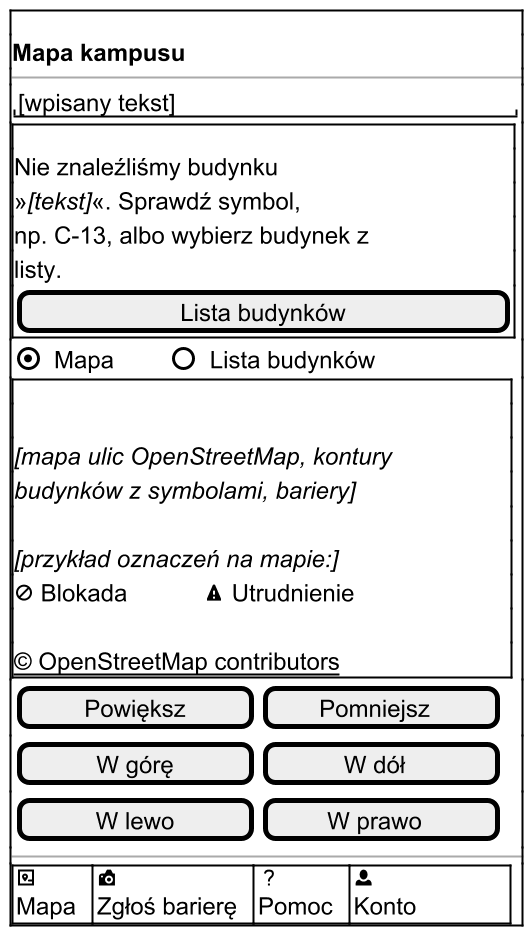
The PlantUML diagram docs/docs/_generated/m-v1-mapa-pusty.png in dostepny-kampus/dostepny-kampus, before a commit. Its diagram source:
```plantuml
@startsalt
' V1 Mapa kampusu, stan pusty: brak wyniku wyszukiwania (UC1 3a).
!include _wspolne.iuml
!include _odwiedzajacy.iuml
$ekran_poczatek()
$naglowek_startowy("Mapa kampusu")
$pole_tekstowe("[wpisany tekst]")
$komunikat("Nie znaleźliśmy budynku »<i>[tekst]</i>«. Sprawdź symbol, np. C-13, albo wybierz budynek z listy.", "Lista budynków")
$przelacznik("Mapa", "Lista budynków", 1)
$mapa("mapa ulic OpenStreetMap, kontury budynków z symbolami, bariery", $blokada() + $dk_spacje(6) + $utrudnienie())
$przyciski_mapy()
$pasek_dolny_konto()
$ekran_koniec()
@endsalt
```
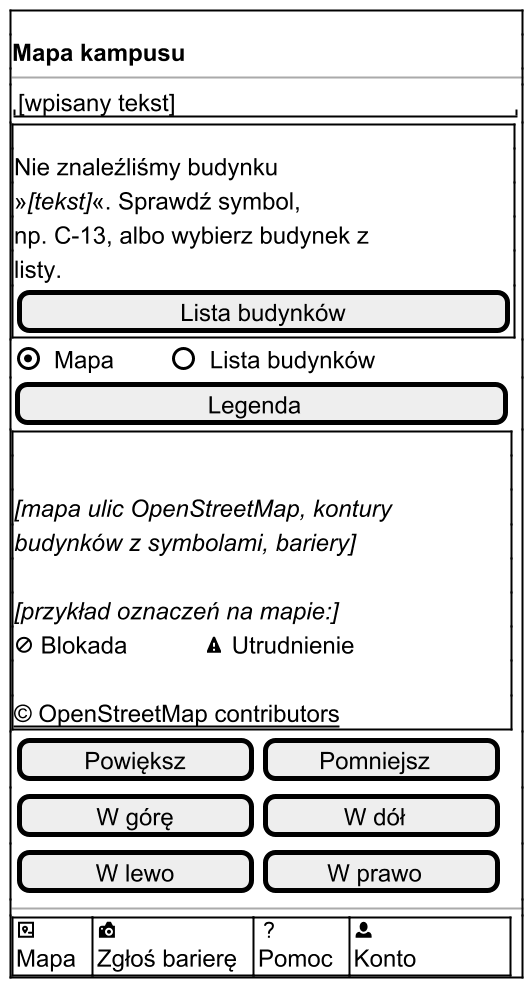
Later version of the same file.

The edit, as a diff of the source:
```diff
@@ -7,6 +7,7 @@
 $pole_tekstowe("[wpisany tekst]")
 $komunikat("Nie znaleźliśmy budynku »<i>[tekst]</i>«. Sprawdź symbol, np. C-13, albo wybierz budynek z listy.", "Lista budynków")
 $przelacznik("Mapa", "Lista budynków", 1)
+$przycisk("Legenda")
 $mapa("mapa ulic OpenStreetMap, kontury budynków z symbolami, bariery", $blokada() + $dk_spacje(6) + $utrudnienie())
 $przyciski_mapy()
 $pasek_dolny_konto()
```
